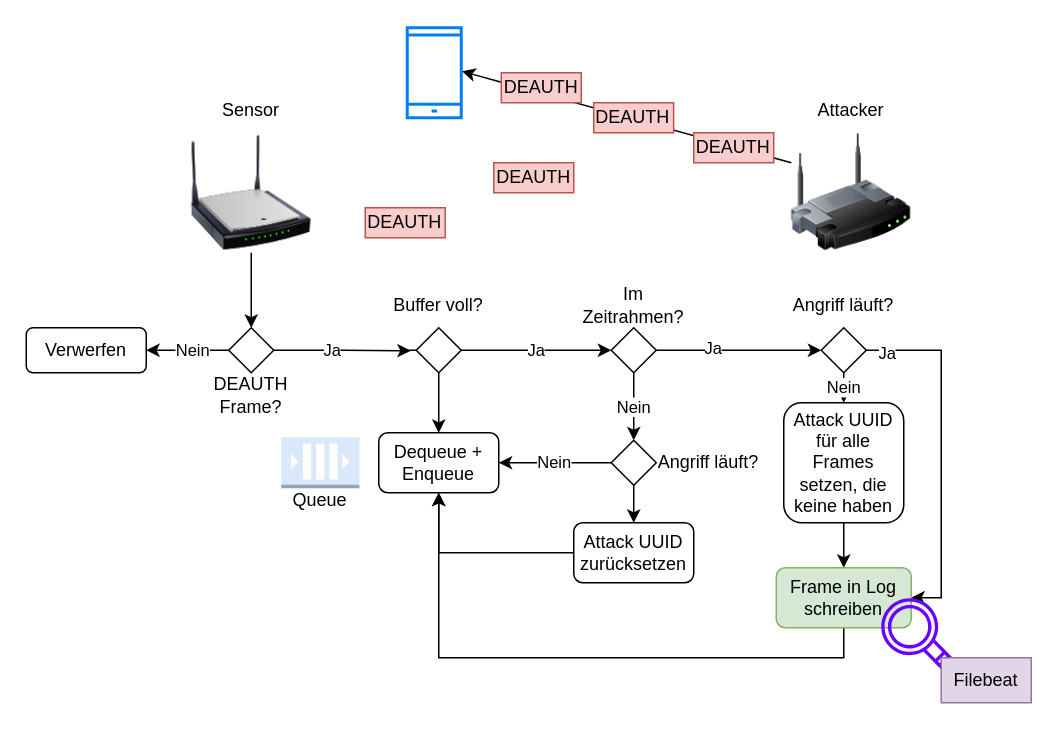
tatimichler/advProg keeps this draw.io diagram as Sniffer.drawio. Above is the earlier version. Source tidied: cells renumbered, new cells numbered last; positions are measured from the earlier drawing's top-left corner, leaving out a move shared by most shapes. Both pictures are drawn from the tidied source at 150%, with x=0, y=0 at pixel (26, 27).
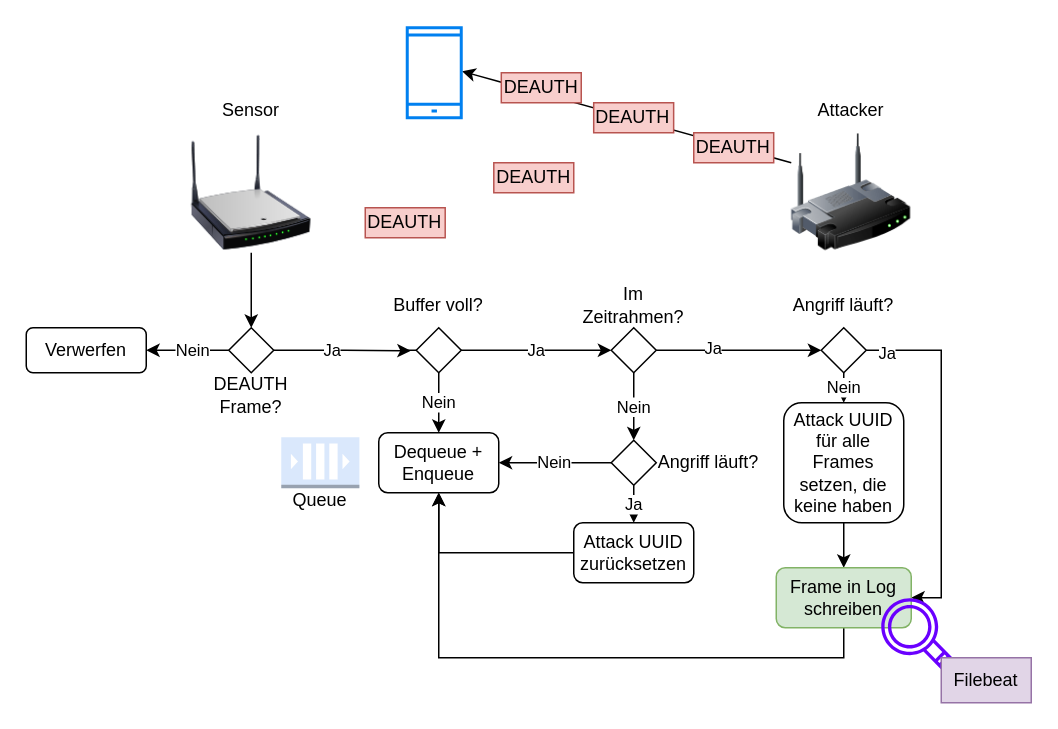
The same page after the edit.

The change refers to these unchanged cells:
```xml
<mxCell id="17" style="rhombus;" parent="1" vertex="1">
  <mxGeometry x="260" y="200" width="30" height="30" as="geometry" />
</mxCell>
<mxCell id="29" value="Dequeue + Enqueue" style="rounded=1;whiteSpace=wrap;html=1;" parent="1" vertex="1">
  <mxGeometry x="235" y="270" width="80" height="40" as="geometry" />
</mxCell>
<mxCell id="34" style="rhombus;" parent="1" vertex="1">
  <mxGeometry x="390" y="275" width="30" height="30" as="geometry" />
</mxCell>
<mxCell id="37" value="Attack UUID zurücksetzen" style="rounded=1;whiteSpace=wrap;html=1;" parent="1" vertex="1">
  <mxGeometry x="365" y="330" width="80" height="40" as="geometry" />
</mxCell>
```

What changed in the source:
```diff
@@
-    <mxCell id="16" style="edgeStyle=orthogonalEdgeStyle;rounded=0;jettySize=auto;html=1;exitX=0.5;exitY=1;exitDx=0;exitDy=0;entryX=0.5;entryY=0;entryDx=0;entryDy=0;" parent="1" edge="1" source="17" target="29">
+    <mxCell id="16" value="Nein" style="edgeStyle=orthogonalEdgeStyle;rounded=0;jettySize=auto;html=1;exitX=0.5;exitY=1;exitDx=0;exitDy=0;entryX=0.5;entryY=0;entryDx=0;entryDy=0;" parent="1" edge="1" source="17" target="29">
       <mxGeometry relative="1" as="geometry" />
     </mxCell>
@@
-    <mxCell id="33" style="edgeStyle=orthogonalEdgeStyle;rounded=0;jettySize=auto;html=1;exitX=0.5;exitY=1;exitDx=0;exitDy=0;entryX=0.5;entryY=0;entryDx=0;entryDy=0;" parent="1" edge="1" source="34" target="37">
+    <mxCell id="33" value="Ja" style="edgeStyle=orthogonalEdgeStyle;rounded=0;jettySize=auto;html=1;exitX=0.5;exitY=1;exitDx=0;exitDy=0;entryX=0.5;entryY=0;entryDx=0;entryDy=0;" parent="1" edge="1" source="34" target="37">
       <mxGeometry relative="1" as="geometry" />
     </mxCell>
```
